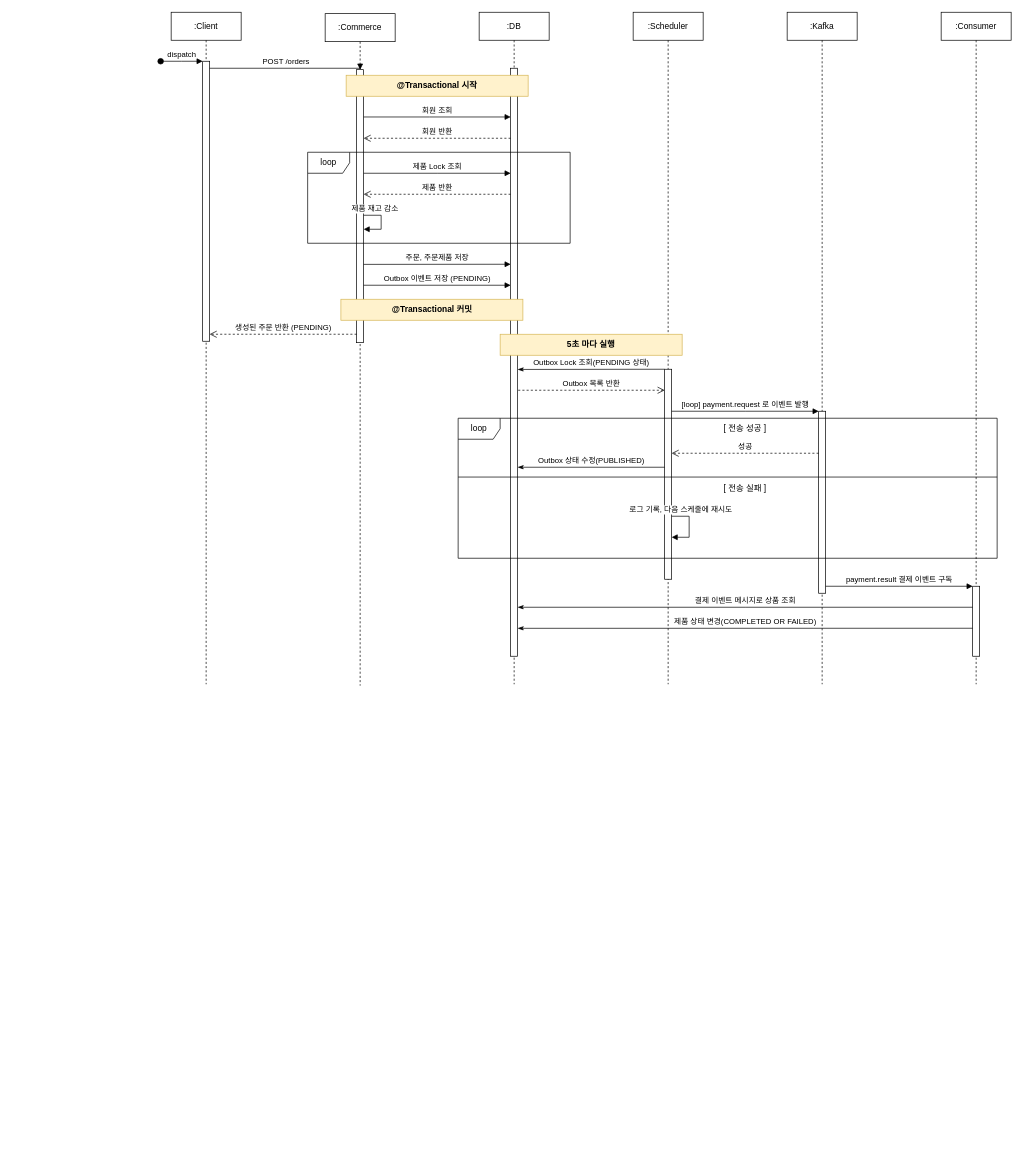
The draw.io diagram page "Sequence Diagram" (4 of 10) of docs/commerce.drawio in dodudi/rudy-project, before the edit. Source tidied: cells renumbered, new cells numbered last; positions are measured from the earlier drawing's top-left corner, leaving out a move shared by most shapes. Both pictures are drawn from the tidied source at 70%, with x=0, y=0 at pixel (160, 12).
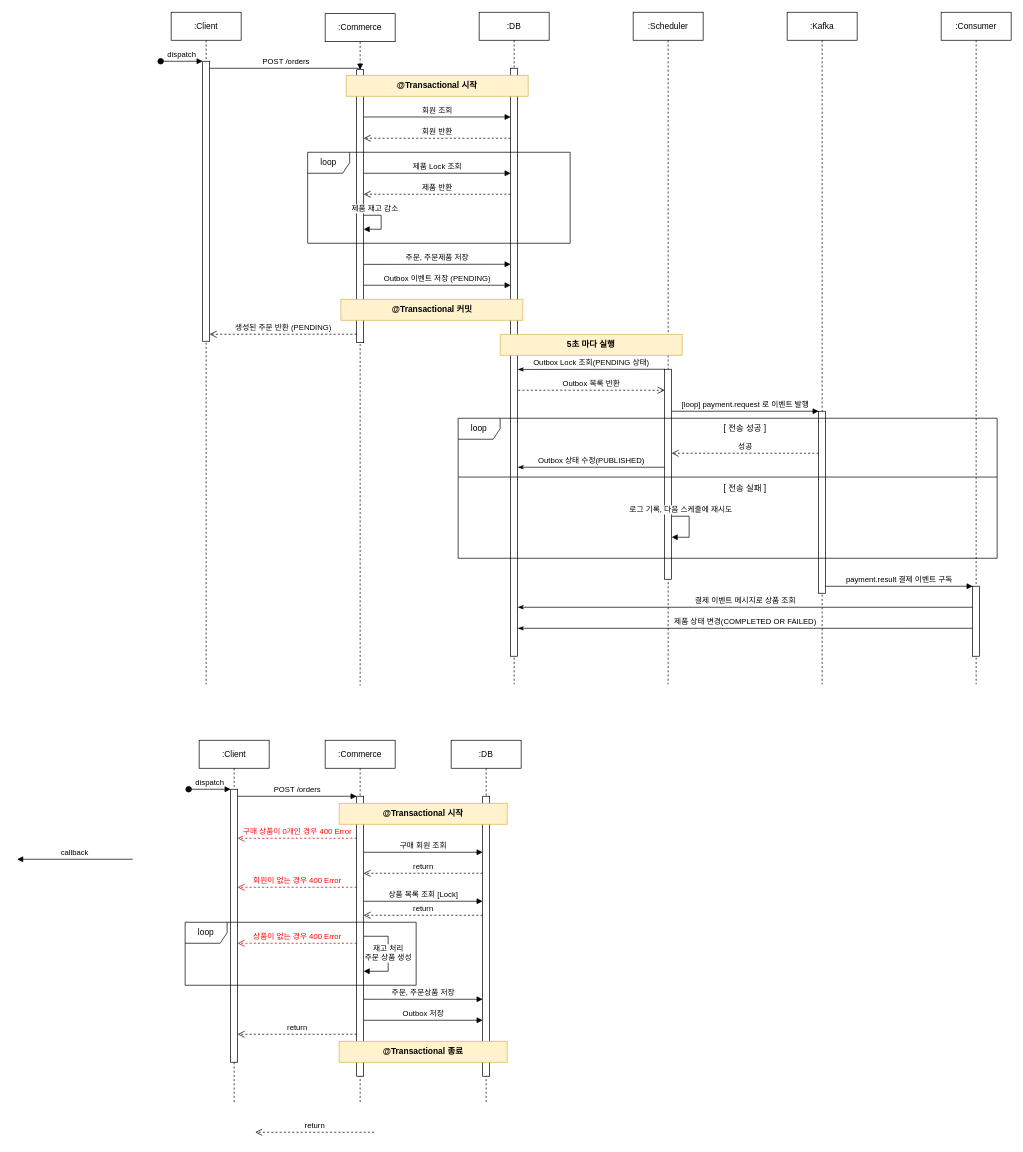
After the change.

Diff of the diagram source:
```diff
@@
+    <mxCell id="41" value=":Client" style="shape=umlLifeline;perimeter=lifelinePerimeter;whiteSpace=wrap;html=1;newEdgeStyle={&quot;edgeStyle&quot;:&quot;elbowEdgeStyle&quot;,&quot;elbow&quot;:&quot;vertical&quot;,&quot;curved&quot;:0,&quot;rounded&quot;:0};" parent="1" vertex="1">
+      <mxGeometry x="55" y="1040" width="100" height="520" as="geometry" />
+    </mxCell>
+    <mxCell id="42" style="html=1;points=[];perimeter=orthogonalPerimeter;outlineConnect=0;targetShapes=umlLifeline;portConstraint=eastwest;newEdgeStyle={&quot;edgeStyle&quot;:&quot;elbowEdgeStyle&quot;,&quot;elbow&quot;:&quot;vertical&quot;,&quot;curved&quot;:0,&quot;rounded&quot;:0};" parent="41" vertex="1">
+      <mxGeometry x="45" y="70" width="10" height="390" as="geometry" />
+    </mxCell>
+    <mxCell id="43" value="dispatch" style="html=1;verticalAlign=bottom;startArrow=oval;endArrow=block;startSize=8;edgeStyle=elbowEdgeStyle;elbow=vertical;curved=0;rounded=0;" parent="41" edge="1" target="42">
+      <mxGeometry relative="1" as="geometry">
+        <mxPoint x="-15" y="70" as="sourcePoint" />
+      </mxGeometry>
+    </mxCell>
+    <mxCell id="44" value=":Commerce" style="shape=umlLifeline;perimeter=lifelinePerimeter;whiteSpace=wrap;html=1;newEdgeStyle={&quot;edgeStyle&quot;:&quot;elbowEdgeStyle&quot;,&quot;elbow&quot;:&quot;vertical&quot;,&quot;curved&quot;:0,&quot;rounded&quot;:0};" parent="1" vertex="1">
+      <mxGeometry x="235" y="1040" width="100" height="520" as="geometry" />
+    </mxCell>
+    <mxCell id="45" style="html=1;points=[];perimeter=orthogonalPerimeter;outlineConnect=0;targetShapes=umlLifeline;portConstraint=eastwest;newEdgeStyle={&quot;edgeStyle&quot;:&quot;elbowEdgeStyle&quot;,&quot;elbow&quot;:&quot;vertical&quot;,&quot;curved&quot;:0,&quot;rounded&quot;:0};" parent="44" vertex="1">
+      <mxGeometry x="45" y="80" width="10" height="400" as="geometry" />
+    </mxCell>
+    <mxCell id="46" value="POST /orders" style="html=1;verticalAlign=bottom;endArrow=block;edgeStyle=elbowEdgeStyle;elbow=horizontal;curved=0;rounded=0;" parent="1" edge="1" source="42" target="45">
+      <mxGeometry relative="1" as="geometry">
+        <Array as="points">
+          <mxPoint x="195" y="1120" />
+        </Array>
+      </mxGeometry>
+    </mxCell>
+    <mxCell id="47" value="&lt;font style=&quot;color: rgb(255, 0, 0);&quot;&gt;회원이 없는 경우 400 Error&lt;/font&gt;" style="html=1;verticalAlign=bottom;endArrow=open;dashed=1;endSize=8;edgeStyle=elbowEdgeStyle;elbow=vertical;curved=0;rounded=0;fillColor=#e51400;strokeColor=#B20000;" parent="1" edge="1">
+      <mxGeometry relative="1" as="geometry">
+        <mxPoint x="280" y="1250" as="sourcePoint" />
+        <mxPoint x="110" y="1250" as="targetPoint" />
+        <Array as="points">
+          <mxPoint x="225" y="1250" />
+          <mxPoint x="205" y="1290" />
+        </Array>
+      </mxGeometry>
+    </mxCell>
+    <mxCell id="48" value="callback" style="html=1;verticalAlign=bottom;endArrow=block;edgeStyle=elbowEdgeStyle;elbow=vertical;curved=0;rounded=0;" parent="1" edge="1">
+      <mxGeometry relative="1" as="geometry">
+        <mxPoint x="-40" y="1210" as="sourcePoint" />
+        <mxPoint x="-205" y="1210" as="targetPoint" />
+        <Array as="points">
+          <mxPoint x="-115" y="1210" />
+        </Array>
+      </mxGeometry>
+    </mxCell>
+    <mxCell id="49" value=":DB" style="shape=umlLifeline;perimeter=lifelinePerimeter;whiteSpace=wrap;html=1;newEdgeStyle={&quot;edgeStyle&quot;:&quot;elbowEdgeStyle&quot;,&quot;elbow&quot;:&quot;vertical&quot;,&quot;curved&quot;:0,&quot;rounded&quot;:0};" parent="1" vertex="1">
+      <mxGeometry x="415" y="1040" width="100" height="520" as="geometry" />
+    </mxCell>
+    <mxCell id="50" style="html=1;points=[];perimeter=orthogonalPerimeter;outlineConnect=0;targetShapes=umlLifeline;portConstraint=eastwest;newEdgeStyle={&quot;edgeStyle&quot;:&quot;elbowEdgeStyle&quot;,&quot;elbow&quot;:&quot;vertical&quot;,&quot;curved&quot;:0,&quot;rounded&quot;:0};" parent="49" vertex="1">
+      <mxGeometry x="45" y="80" width="10" height="400" as="geometry" />
+    </mxCell>
+    <mxCell id="51" value="@Transactional 시작" style="rounded=0;whiteSpace=wrap;html=1;fillColor=#fff2cc;strokeColor=#d6b656;fontStyle=1;" parent="1" vertex="1">
+      <mxGeometry x="255" y="1130" width="240" height="30" as="geometry" />
+    </mxCell>
+    <mxCell id="52" value="구매 회원 조회" style="html=1;verticalAlign=bottom;endArrow=block;edgeStyle=elbowEdgeStyle;elbow=horizontal;curved=0;rounded=0;" parent="1" edge="1">
+      <mxGeometry relative="1" as="geometry">
+        <mxPoint x="290" y="1200" as="sourcePoint" />
+        <mxPoint x="460" y="1200" as="targetPoint" />
+        <Array as="points">
+          <mxPoint x="380" y="1200" />
+        </Array>
+      </mxGeometry>
+    </mxCell>
+    <mxCell id="53" value="return" style="html=1;verticalAlign=bottom;endArrow=open;dashed=1;endSize=8;edgeStyle=elbowEdgeStyle;elbow=vertical;curved=0;rounded=0;" parent="1" edge="1">
+      <mxGeometry relative="1" as="geometry">
+        <mxPoint x="460" y="1230" as="sourcePoint" />
+        <mxPoint x="290" y="1230" as="targetPoint" />
+        <Array as="points">
+          <mxPoint x="390" y="1230" />
+        </Array>
+      </mxGeometry>
+    </mxCell>
+    <mxCell id="54" value="return" style="html=1;verticalAlign=bottom;endArrow=open;dashed=1;endSize=8;edgeStyle=elbowEdgeStyle;elbow=vertical;curved=0;rounded=0;" parent="1" edge="1">
+      <mxGeometry relative="1" as="geometry">
+        <mxPoint x="305" y="1600" as="sourcePoint" />
+        <mxPoint x="135" y="1600" as="targetPoint" />
+        <Array as="points">
+          <mxPoint x="245" y="1600" />
+          <mxPoint x="225" y="1640" />
+        </Array>
+      </mxGeometry>
+    </mxCell>
+    <mxCell id="55" value="상품 목록 조회 [Lock]" style="html=1;verticalAlign=bottom;endArrow=block;edgeStyle=elbowEdgeStyle;elbow=horizontal;curved=0;rounded=0;" parent="1" edge="1">
+      <mxGeometry relative="1" as="geometry">
+        <mxPoint x="290" y="1270" as="sourcePoint" />
+        <mxPoint x="460" y="1270" as="targetPoint" />
+        <Array as="points">
+          <mxPoint x="375" y="1270" />
+        </Array>
+      </mxGeometry>
+    </mxCell>
+    <mxCell id="56" value="loop" style="shape=umlFrame;whiteSpace=wrap;html=1;" parent="1" vertex="1">
+      <mxGeometry x="35" y="1300" width="330" height="90" as="geometry" />
+    </mxCell>
+    <mxCell id="57" value="return" style="html=1;verticalAlign=bottom;endArrow=open;dashed=1;endSize=8;edgeStyle=elbowEdgeStyle;elbow=vertical;curved=0;rounded=0;" parent="1" edge="1">
+      <mxGeometry relative="1" as="geometry">
+        <mxPoint x="460" y="1290" as="sourcePoint" />
+        <mxPoint x="290" y="1290" as="targetPoint" />
+        <Array as="points">
+          <mxPoint x="390" y="1290" />
+        </Array>
+      </mxGeometry>
+    </mxCell>
+    <mxCell id="58" value="&lt;font style=&quot;color: rgb(255, 8, 0);&quot;&gt;구매 상품이 0개인 경우 400 Error&lt;/font&gt;" style="html=1;verticalAlign=bottom;endArrow=open;dashed=1;endSize=8;edgeStyle=elbowEdgeStyle;elbow=vertical;curved=0;rounded=0;fillColor=#e51400;strokeColor=#B20000;" parent="1" edge="1" source="45" target="42">
+      <mxGeometry relative="1" as="geometry">
+        <Array as="points">
+          <mxPoint x="230" y="1180" />
+          <mxPoint x="210" y="1220" />
+        </Array>
+      </mxGeometry>
+    </mxCell>
+    <mxCell id="59" value="&lt;font color=&quot;#ff0000&quot;&gt;상품이 없는 경우 400 Error&lt;/font&gt;" style="html=1;verticalAlign=bottom;endArrow=open;dashed=1;endSize=8;edgeStyle=elbowEdgeStyle;elbow=vertical;curved=0;rounded=0;fillColor=#e51400;strokeColor=#B20000;" parent="1" edge="1">
+      <mxGeometry relative="1" as="geometry">
+        <mxPoint x="280" y="1330" as="sourcePoint" />
+        <mxPoint x="110" y="1330" as="targetPoint" />
+        <Array as="points">
+          <mxPoint x="220" y="1330" />
+          <mxPoint x="200" y="1370" />
+        </Array>
+      </mxGeometry>
+    </mxCell>
+    <mxCell id="60" value="재고 처리&lt;br&gt;주문 상품 생성" style="html=1;verticalAlign=bottom;endArrow=block;edgeStyle=elbowEdgeStyle;elbow=horizontal;curved=0;rounded=0;" parent="1" edge="1">
+      <mxGeometry x="0.25" relative="1" as="geometry">
+        <mxPoint x="290" y="1320" as="sourcePoint" />
+        <mxPoint x="290" y="1370" as="targetPoint" />
+        <Array as="points">
+          <mxPoint x="325" y="1370" />
+        </Array>
+      </mxGeometry>
+    </mxCell>
+    <mxCell id="61" value="주문, 주문상품 저장" style="html=1;verticalAlign=bottom;endArrow=block;edgeStyle=elbowEdgeStyle;elbow=horizontal;curved=0;rounded=0;" parent="1" edge="1" source="45" target="50">
+      <mxGeometry relative="1" as="geometry">
+        <Array as="points">
+          <mxPoint x="315" y="1410" />
+          <mxPoint x="375" y="1440" />
+        </Array>
+      </mxGeometry>
+    </mxCell>
+    <mxCell id="62" value="Outbox 저장" style="html=1;verticalAlign=bottom;endArrow=block;edgeStyle=elbowEdgeStyle;elbow=horizontal;curved=0;rounded=0;" parent="1" edge="1">
+      <mxGeometry relative="1" as="geometry">
+        <mxPoint x="290" y="1440" as="sourcePoint" />
+        <mxPoint x="460" y="1440" as="targetPoint" />
+        <Array as="points">
+          <mxPoint x="315" y="1440" />
+          <mxPoint x="375" y="1470" />
+        </Array>
+      </mxGeometry>
+    </mxCell>
+    <mxCell id="63" value="return" style="html=1;verticalAlign=bottom;endArrow=open;dashed=1;endSize=8;edgeStyle=elbowEdgeStyle;elbow=vertical;curved=0;rounded=0;" parent="1" edge="1" source="45" target="42">
+      <mxGeometry relative="1" as="geometry">
+        <Array as="points">
+          <mxPoint x="205" y="1460" />
+          <mxPoint x="335" y="1480" />
+          <mxPoint x="385" y="1460" />
+        </Array>
+      </mxGeometry>
+    </mxCell>
+    <mxCell id="64" value="@Transactional 종료" style="rounded=0;whiteSpace=wrap;html=1;fillColor=#fff2cc;strokeColor=#d6b656;fontStyle=1;" parent="1" vertex="1">
+      <mxGeometry x="255" y="1470" width="240" height="30" as="geometry" />
+    </mxCell>
```
